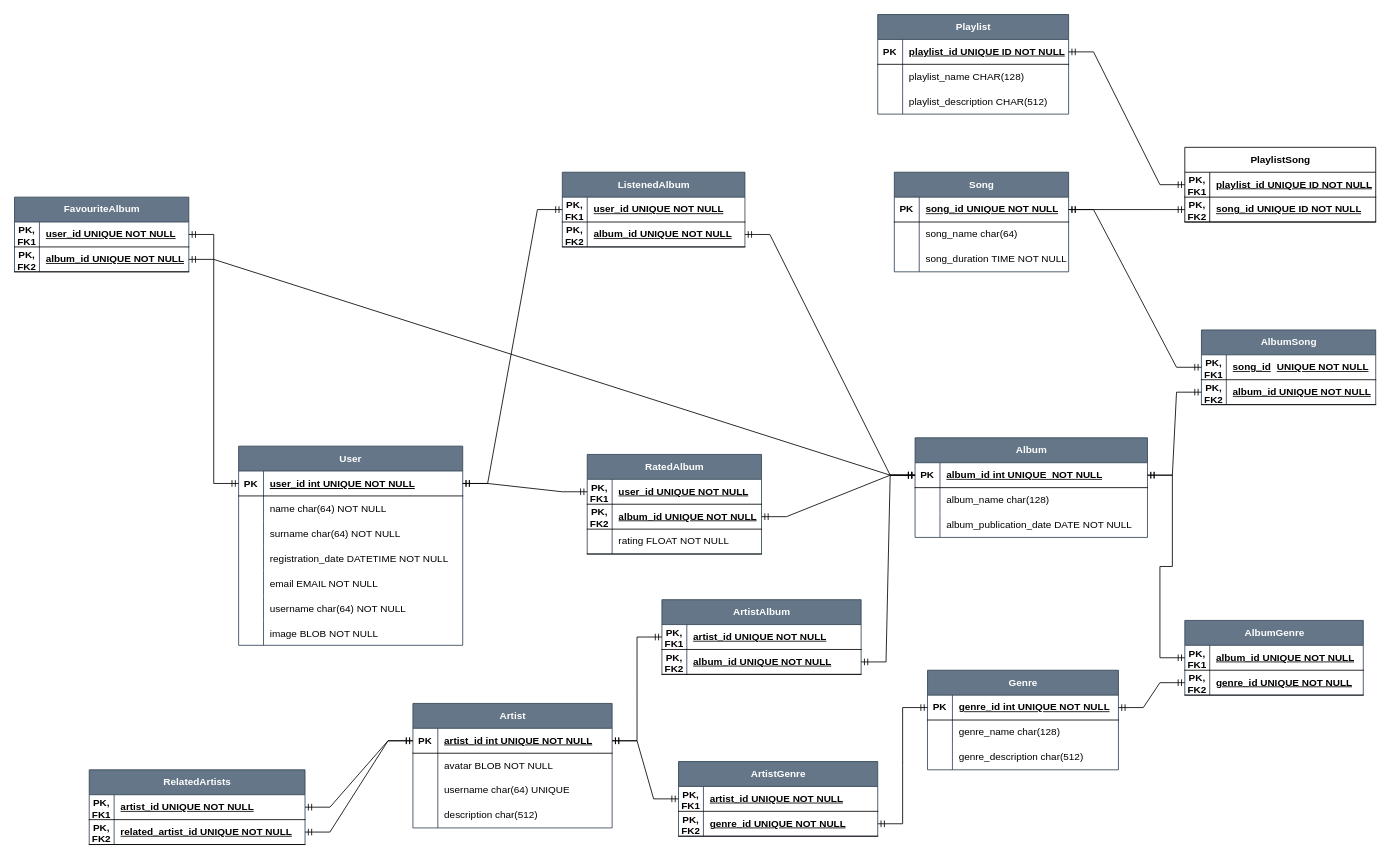
Earlier version of the draw.io diagram docs/ERD-диаграмма.drawio (lefffty/PlaybackJournal). Source tidied: cells renumbered, new cells numbered last; positions are measured from the earlier drawing's top-left corner, leaving out a move shared by most shapes. Both pictures are drawn from the tidied source at 83%, with x=0, y=0 at pixel (-110, 14).
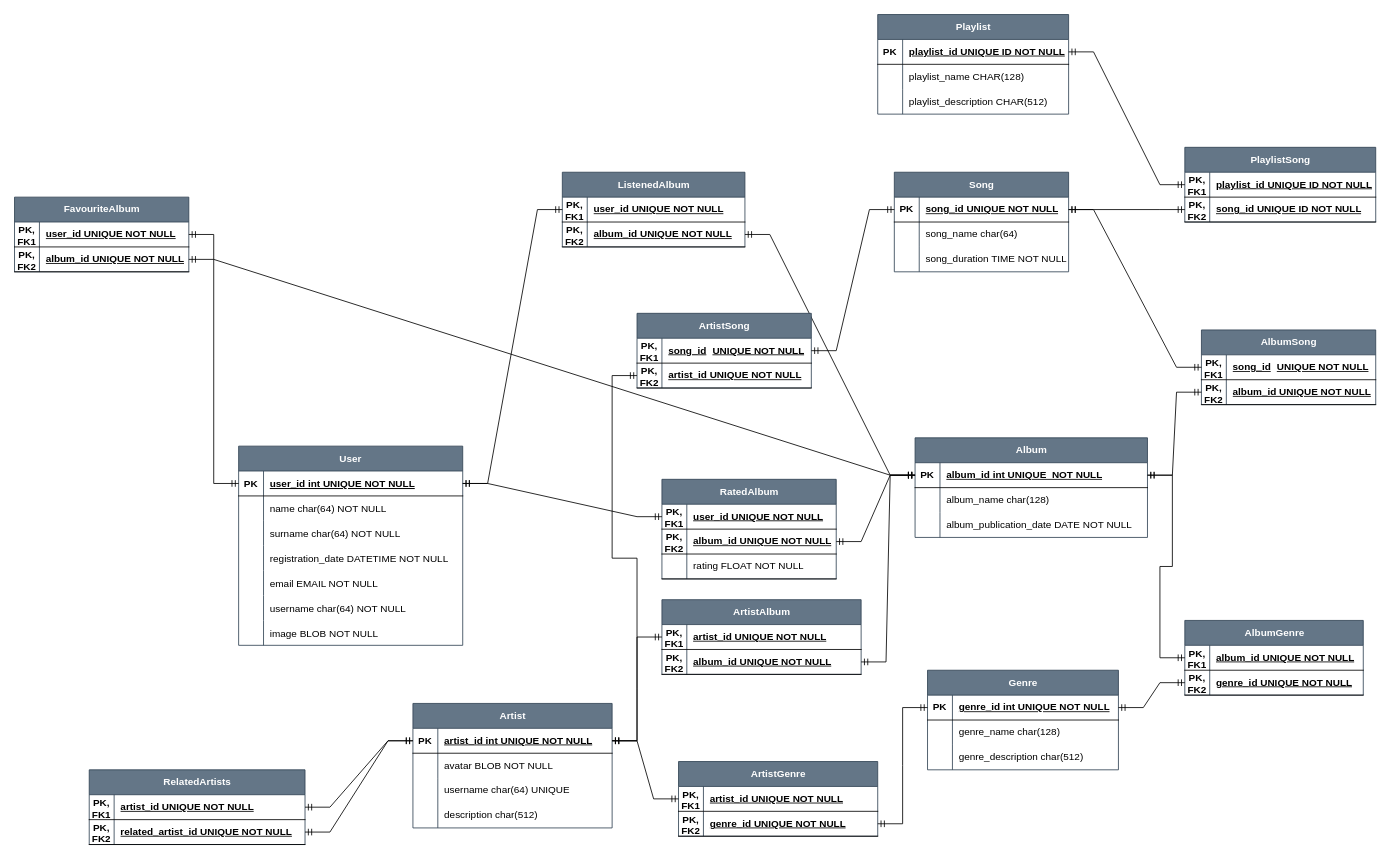
The same page after the edit.

Unchanged cells that the change refers to:
```xml
<mxCell id="25" style="shape=tableRow;horizontal=0;startSize=0;swimlaneHead=0;swimlaneBody=0;fillColor=none;points=[[0,0.5],[1,0.5]];portConstraint=eastwest;top=0;left=0;right=0;bottom=1;" parent="24" vertex="1">
  <mxGeometry y="30" width="240" height="30" as="geometry" />
</mxCell>
<mxCell id="113" style="shape=tableRow;horizontal=0;startSize=0;swimlaneHead=0;swimlaneBody=0;fillColor=none;points=[[0,0.5],[1,0.5]];portConstraint=eastwest;top=0;left=0;right=0;bottom=1;" parent="112" vertex="1">
  <mxGeometry y="30" width="210" height="30" as="geometry" />
</mxCell>
```

The edit, as a diff of the source:
```diff
@@
     <mxCell id="92" value="RatedAlbum" style="shape=table;startSize=30;childLayout=tableLayout;rowLines=0;fontStyle=1;align=center;html=1;fillColor=#647687;fontColor=#ffffff;strokeColor=#314354;" parent="1" vertex="1">
-      <mxGeometry x="840" y="530" width="210" height="120" as="geometry" />
+      <mxGeometry x="930" y="560" width="210" height="120" as="geometry" />
     </mxCell>
@@
-    <mxCell id="122" value="PlaylistSong" style="shape=table;startSize=30;childLayout=tableLayout;rowLines=0;fontStyle=1;align=center;html=1;" parent="1" vertex="1">
+    <mxCell id="122" value="PlaylistSong" style="shape=table;startSize=30;childLayout=tableLayout;rowLines=0;fontStyle=1;align=center;html=1;fillColor=#647687;fontColor=#ffffff;strokeColor=#314354;" parent="1" vertex="1">
       <mxGeometry x="1560" y="160" width="230" height="90" as="geometry" />
     </mxCell>
@@
+    <mxCell id="161" value="ArtistSong" style="shape=table;startSize=30;childLayout=tableLayout;rowLines=0;fontStyle=1;align=center;html=1;fillColor=#647687;fontColor=#ffffff;strokeColor=#314354;" parent="1" vertex="1">
+      <mxGeometry x="900" y="360" width="210" height="90" as="geometry" />
+    </mxCell>
+    <mxCell id="162" style="shape=tableRow;horizontal=0;startSize=0;swimlaneHead=0;swimlaneBody=0;fillColor=none;points=[[0,0.5],[1,0.5]];portConstraint=eastwest;top=0;left=0;right=0;bottom=1;" parent="161" vertex="1">
+      <mxGeometry y="30" width="210" height="30" as="geometry" />
+    </mxCell>
+    <mxCell id="163" value="PK,&lt;div&gt;FK1&lt;/div&gt;" style="shape=partialRectangle;fillColor=none;top=0;left=0;bottom=0;right=0;fontStyle=1;overflow=hidden;whiteSpace=wrap;html=1;" parent="162" vertex="1">
+      <mxGeometry width="30" height="30" as="geometry" />
+    </mxCell>
+    <mxCell id="164" value="song_id&lt;span style=&quot;white-space: pre;&quot;&gt;&#9;&lt;/span&gt;UNIQUE NOT NULL" style="shape=partialRectangle;fillColor=none;top=0;left=0;bottom=0;right=0;align=left;spacingLeft=6;fontStyle=5;overflow=hidden;whiteSpace=wrap;html=1;" parent="162" vertex="1">
+      <mxGeometry x="30" width="180" height="30" as="geometry" />
+    </mxCell>
+    <mxCell id="165" style="shape=tableRow;horizontal=0;startSize=0;swimlaneHead=0;swimlaneBody=0;fillColor=none;points=[[0,0.5],[1,0.5]];portConstraint=eastwest;top=0;left=0;right=0;bottom=1;" parent="161" vertex="1">
+      <mxGeometry y="60" width="210" height="30" as="geometry" />
+    </mxCell>
+    <mxCell id="166" value="PK,&lt;div&gt;FK2&lt;/div&gt;" style="shape=partialRectangle;fillColor=none;top=0;left=0;bottom=0;right=0;fontStyle=1;overflow=hidden;whiteSpace=wrap;html=1;" parent="165" vertex="1">
+      <mxGeometry width="30" height="30" as="geometry" />
+    </mxCell>
+    <mxCell id="167" value="artist_id UNIQUE NOT NULL" style="shape=partialRectangle;fillColor=none;top=0;left=0;bottom=0;right=0;align=left;spacingLeft=6;fontStyle=5;overflow=hidden;whiteSpace=wrap;html=1;" parent="165" vertex="1">
+      <mxGeometry x="30" width="180" height="30" as="geometry" />
+    </mxCell>
+    <mxCell id="168" style="edgeStyle=entityRelationEdgeStyle;fontSize=12;html=1;endArrow=ERmandOne;startArrow=ERmandOne;rounded=0;exitX=1;exitY=0.5;exitDx=0;exitDy=0;entryX=0;entryY=0.5;entryDx=0;entryDy=0;" parent="1" edge="1" source="162" target="113">
+      <mxGeometry relative="1" as="geometry" />
+    </mxCell>
+    <mxCell id="169" style="edgeStyle=entityRelationEdgeStyle;fontSize=12;html=1;endArrow=ERmandOne;startArrow=ERmandOne;rounded=0;exitX=1;exitY=0.5;exitDx=0;exitDy=0;entryX=0;entryY=0.5;entryDx=0;entryDy=0;" parent="1" edge="1" source="25" target="165">
+      <mxGeometry relative="1" as="geometry" />
+    </mxCell>
```
